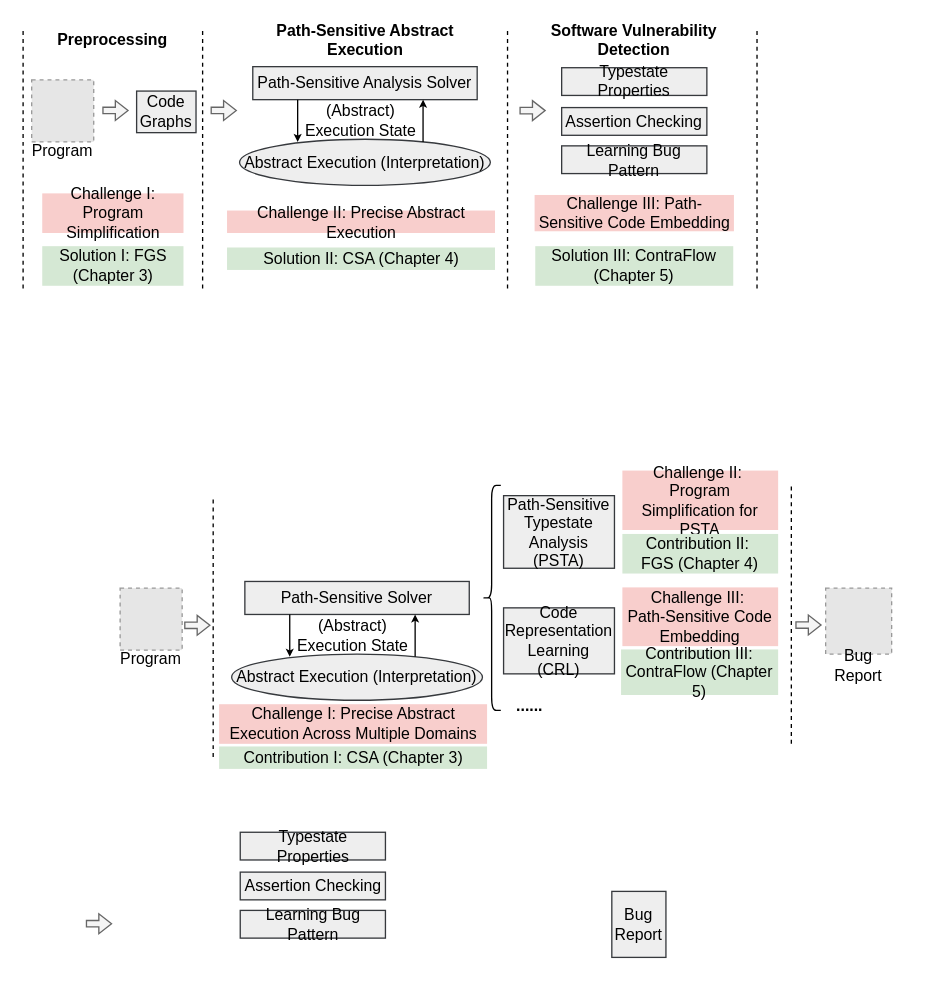
Above: page "Page-3" (3 of 3) of thesis.drawio in jumormt/test (draw.io), before the change. Source tidied: cells renumbered, new cells numbered last; positions are measured from the earlier drawing's top-left corner, leaving out a move shared by most shapes. Both pictures are drawn from the tidied source at 132%, with x=0, y=0 at pixel (22, 26). Pictures stored in the file or linked from it are replaced by grey dashed boxes.
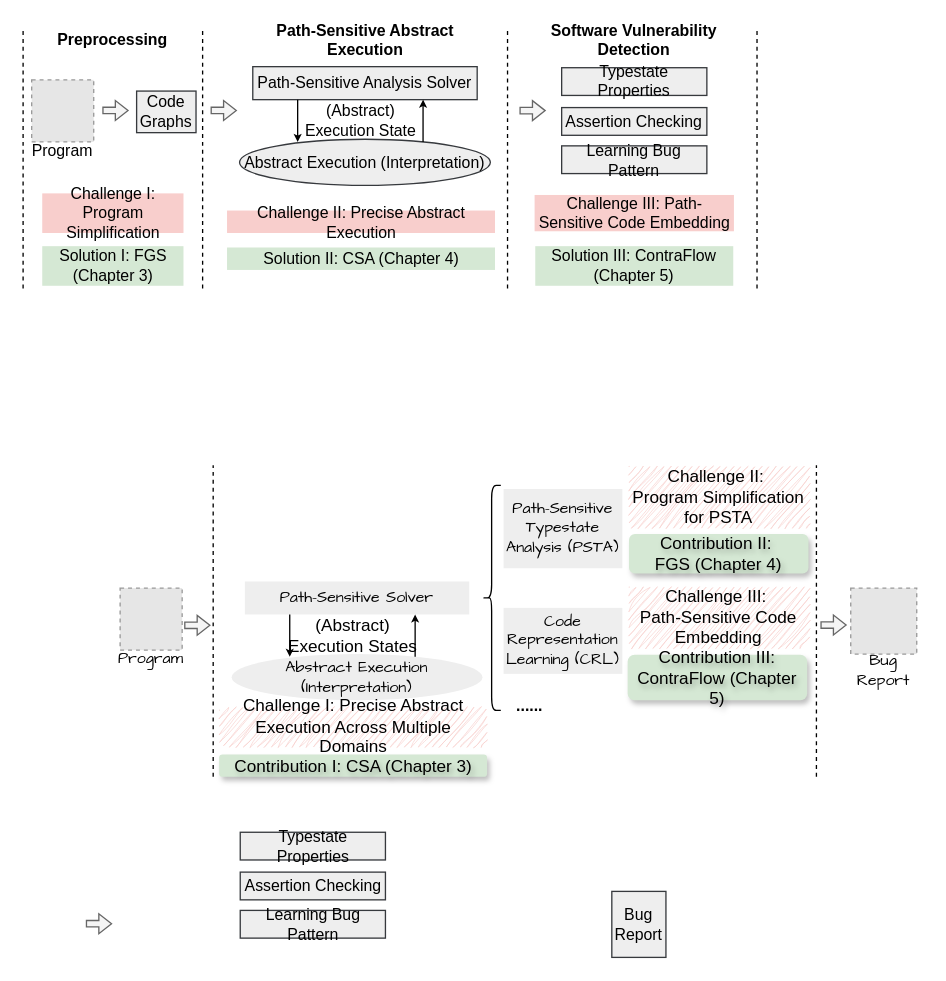
After the change.

Diff of the diagram source:
```diff
@@
-    <mxCell id="31" value="Program" style="text;html=1;align=center;verticalAlign=middle;whiteSpace=wrap;rounded=0;fontFamily=Linux Libertine;fontStyle=0;" parent="1" vertex="1">
+    <mxCell id="31" value="Program" style="text;html=1;align=center;verticalAlign=middle;whiteSpace=wrap;rounded=0;fontFamily=Comic Sans MS;fontStyle=0;" parent="1" vertex="1">
       <mxGeometry x="67" y="472" width="60" height="13" as="geometry" />
     </mxCell>
-    <mxCell id="32" value="&lt;font&gt;Challenge II:&amp;nbsp;&lt;/font&gt;&lt;div&gt;&lt;font&gt;Program Simplification for PSTA&lt;/font&gt;&lt;/div&gt;" style="text;html=1;align=center;verticalAlign=middle;whiteSpace=wrap;rounded=0;fontFamily=Linux Libertine;fillColor=#f8cecc;strokeColor=none;" parent="1" vertex="1">
-      <mxGeometry x="454" y="336" width="118" height="45" as="geometry" />
+    <mxCell id="32" value="&lt;font style=&quot;font-size: 13px;&quot;&gt;Challenge II:&amp;nbsp;&lt;/font&gt;&lt;div style=&quot;font-size: 13px;&quot;&gt;&lt;font style=&quot;font-size: 13px;&quot;&gt;Program Simplification for PSTA&lt;/font&gt;&lt;/div&gt;" style="text;html=1;align=center;verticalAlign=middle;whiteSpace=wrap;rounded=0;fontFamily=Linux Libertine;fillColor=#f8cecc;strokeColor=none;shadow=0;textShadow=0;sketch=1;curveFitting=1;jiggle=2;fontSize=13;" parent="1" vertex="1">
+      <mxGeometry x="459" y="333" width="136" height="45" as="geometry" />
     </mxCell>
-    <mxCell id="33" value="&lt;font&gt;Contribution II:&amp;nbsp;&lt;/font&gt;&lt;div&gt;&lt;font&gt;FGS (Chapter 4)&lt;/font&gt;&lt;/div&gt;" style="text;html=1;align=center;verticalAlign=middle;whiteSpace=wrap;rounded=0;fontFamily=Linux Libertine;fillColor=#d5e8d4;strokeColor=none;" parent="1" vertex="1">
-      <mxGeometry x="454" y="384" width="118" height="30" as="geometry" />
+    <mxCell id="33" value="&lt;font style=&quot;font-size: 13px;&quot;&gt;Contribution II:&amp;nbsp;&lt;/font&gt;&lt;div style=&quot;font-size: 13px;&quot;&gt;&lt;font style=&quot;font-size: 13px;&quot;&gt;FGS (Chapter 4)&lt;/font&gt;&lt;/div&gt;" style="text;html=1;align=center;verticalAlign=middle;whiteSpace=wrap;rounded=1;fontFamily=Linux Libertine;fillColor=#d5e8d4;strokeColor=none;shadow=1;textShadow=1;fontSize=13;" parent="1" vertex="1">
+      <mxGeometry x="459" y="384" width="136" height="30" as="geometry" />
     </mxCell>
-    <mxCell id="34" value="&lt;div&gt;Path-Sensitive Solver&lt;/div&gt;" style="rounded=0;whiteSpace=wrap;html=1;fillColor=#eeeeee;strokeColor=#36393d;fontFamily=Linux Libertine;" parent="1" vertex="1">
+    <mxCell id="34" value="&lt;div&gt;Path-Sensitive Solver&lt;/div&gt;" style="rounded=0;whiteSpace=wrap;html=1;fillColor=#eeeeee;strokeColor=none;fontFamily=Comic Sans MS;" parent="1" vertex="1">
       <mxGeometry x="168" y="420" width="170" height="25" as="geometry" />
     </mxCell>
-    <mxCell id="35" value="&lt;font face=&quot;Linux Libertine&quot;&gt;Abstract Execution (Interpretation)&lt;/font&gt;" style="ellipse;whiteSpace=wrap;html=1;fillColor=#eeeeee;strokeColor=#36393d;" parent="1" vertex="1">
+    <mxCell id="35" value="&lt;font&gt;Abstract Execution (Interpretation)&lt;/font&gt;" style="ellipse;whiteSpace=wrap;html=1;fillColor=#eeeeee;strokeColor=none;fontFamily=Comic Sans MS;" parent="1" vertex="1">
       <mxGeometry x="158" y="475" width="190" height="35" as="geometry" />
     </mxCell>
@@
-    <mxCell id="38" value="(Abstract) Execution State" style="text;html=1;align=center;verticalAlign=middle;whiteSpace=wrap;rounded=0;fontFamily=Linux Libertine;fontStyle=0;" parent="1" vertex="1">
+    <mxCell id="38" value="(Abstract) Execution States" style="text;html=1;align=center;verticalAlign=middle;whiteSpace=wrap;rounded=0;fontFamily=Linux Libertine;fontStyle=0;fontSize=13;" parent="1" vertex="1">
       <mxGeometry x="200" y="446" width="100" height="30" as="geometry" />
     </mxCell>
-    <mxCell id="39" value="&lt;font&gt;Challenge I: Precise Abstract Execution Across Multiple Domains&lt;/font&gt;" style="text;html=1;align=center;verticalAlign=middle;whiteSpace=wrap;rounded=0;fontFamily=Linux Libertine;fillColor=#f8cecc;strokeColor=none;" parent="1" vertex="1">
-      <mxGeometry x="148.5" y="513" width="203" height="30" as="geometry" />
+    <mxCell id="39" value="&lt;font style=&quot;font-size: 13px;&quot;&gt;Challenge I: Precise Abstract Execution Across Multiple Domains&lt;/font&gt;" style="text;html=1;align=center;verticalAlign=middle;whiteSpace=wrap;rounded=1;fontFamily=Linux Libertine;fillColor=#f8cecc;strokeColor=none;shadow=0;textShadow=0;sketch=1;curveFitting=1;jiggle=2;fontSize=13;" parent="1" vertex="1">
+      <mxGeometry x="148.5" y="515" width="203" height="30" as="geometry" />
     </mxCell>
-    <mxCell id="40" value="&lt;font&gt;Contribution I: CSA (Chapter 3)&lt;/font&gt;" style="text;html=1;align=center;verticalAlign=middle;whiteSpace=wrap;rounded=0;fontFamily=Linux Libertine;fillColor=#d5e8d4;strokeColor=none;" parent="1" vertex="1">
-      <mxGeometry x="148.5" y="545" width="203" height="17" as="geometry" />
+    <mxCell id="40" value="&lt;font style=&quot;font-size: 13px;&quot;&gt;Contribution I: CSA (Chapter 3)&lt;/font&gt;" style="text;html=1;align=center;verticalAlign=middle;whiteSpace=wrap;rounded=1;fontFamily=Linux Libertine;fillColor=#d5e8d4;strokeColor=none;shadow=1;textShadow=1;fontSize=13;" parent="1" vertex="1">
+      <mxGeometry x="148.5" y="551" width="203" height="17" as="geometry" />
     </mxCell>
@@
-    <mxCell id="45" value="&lt;font&gt;Challenge III:&amp;nbsp;&lt;/font&gt;&lt;div&gt;&lt;font&gt;Path-Sensitive Code Embedding&lt;/font&gt;&lt;/div&gt;" style="text;html=1;align=center;verticalAlign=middle;whiteSpace=wrap;rounded=0;fontFamily=Linux Libertine;fillColor=#f8cecc;strokeColor=none;" parent="1" vertex="1">
-      <mxGeometry x="454" y="424.5" width="118" height="44.5" as="geometry" />
+    <mxCell id="45" value="&lt;font style=&quot;font-size: 13px;&quot;&gt;Challenge III:&amp;nbsp;&lt;/font&gt;&lt;div style=&quot;font-size: 13px;&quot;&gt;&lt;font style=&quot;font-size: 13px;&quot;&gt;Path-Sensitive Code Embedding&lt;/font&gt;&lt;/div&gt;" style="text;html=1;align=center;verticalAlign=middle;whiteSpace=wrap;rounded=0;fontFamily=Linux Libertine;fillColor=#f8cecc;strokeColor=none;shadow=0;textShadow=0;sketch=1;curveFitting=1;jiggle=2;fontSize=13;" parent="1" vertex="1">
+      <mxGeometry x="459" y="424.5" width="136" height="44.5" as="geometry" />
     </mxCell>
-    <mxCell id="46" value="&lt;font&gt;Contribution III: ContraFlow&amp;nbsp;&lt;/font&gt;&lt;span style=&quot;background-color: initial;&quot;&gt;(Chapter 5)&lt;/span&gt;" style="text;html=1;align=center;verticalAlign=middle;whiteSpace=wrap;rounded=0;fontFamily=Linux Libertine;fillColor=#d5e8d4;strokeColor=none;" parent="1" vertex="1">
-      <mxGeometry x="453" y="471.5" width="119" height="34.5" as="geometry" />
+    <mxCell id="46" value="&lt;font style=&quot;font-size: 13px;&quot;&gt;Contribution III: ContraFlow&amp;nbsp;&lt;/font&gt;&lt;span style=&quot;background-color: initial; font-size: 13px;&quot;&gt;(Chapter 5)&lt;/span&gt;" style="text;html=1;align=center;verticalAlign=middle;whiteSpace=wrap;rounded=1;fontFamily=Linux Libertine;fillColor=#d5e8d4;strokeColor=none;shadow=1;textShadow=1;fontSize=13;" parent="1" vertex="1">
+      <mxGeometry x="458" y="475.5" width="136" height="34.5" as="geometry" />
     </mxCell>
@@
-    <mxCell id="48" value="&lt;div&gt;Path-Sensitive Typestate Analysis (PSTA)&lt;/div&gt;" style="rounded=0;whiteSpace=wrap;html=1;fillColor=#eeeeee;strokeColor=#36393d;fontFamily=Linux Libertine;" parent="1" vertex="1">
-      <mxGeometry x="364" y="355" width="84" height="55" as="geometry" />
+    <mxCell id="48" value="&lt;div&gt;Path-Sensitive Typestate Analysis (PSTA)&lt;/div&gt;" style="rounded=0;whiteSpace=wrap;html=1;fillColor=#eeeeee;strokeColor=none;fontFamily=Comic Sans MS;" parent="1" vertex="1">
+      <mxGeometry x="364" y="350" width="90" height="60" as="geometry" />
     </mxCell>
-    <mxCell id="49" value="Code Representation Learning (CRL)" style="rounded=0;whiteSpace=wrap;html=1;fillColor=#eeeeee;strokeColor=#36393d;fontFamily=Linux Libertine;" parent="1" vertex="1">
-      <mxGeometry x="364" y="440" width="84" height="50" as="geometry" />
+    <mxCell id="49" value="Code Representation Learning (CRL)" style="rounded=0;whiteSpace=wrap;html=1;fillColor=#eeeeee;strokeColor=none;fontFamily=Comic Sans MS;" parent="1" vertex="1">
+      <mxGeometry x="364" y="440" width="90" height="50" as="geometry" />
     </mxCell>
     <mxCell id="50" style="shape=flexArrow;endArrow=classic;html=1;rounded=0;width=4.857142857142857;endSize=2.8742857142857146;endWidth=9.183673469387756;fillColor=#f5f5f5;strokeColor=#666666;" parent="1" edge="1">
       <mxGeometry relative="1" as="geometry">
-        <mxPoint x="585" y="453" as="sourcePoint" />
-        <mxPoint x="605" y="453" as="targetPoint" />
+        <mxPoint x="604" y="453" as="sourcePoint" />
+        <mxPoint x="624" y="453" as="targetPoint" />
       </mxGeometry>
     </mxCell>
@@
     <mxCell id="52" style="fillColor=#E6E6E6;strokeColor=#999999;dashed=1;verticalLabelPosition=bottom;labelBackgroundColor=default;verticalAlign=top;" parent="1" vertex="1">
-      <mxGeometry x="608" y="425" width="50" height="50" as="geometry" />
+      <mxGeometry x="627" y="425" width="50" height="50" as="geometry" />
     </mxCell>
-    <mxCell id="53" value="Bug Report" style="text;html=1;align=center;verticalAlign=middle;whiteSpace=wrap;rounded=0;fontFamily=Linux Libertine;fontStyle=0;" parent="1" vertex="1">
-      <mxGeometry x="603" y="477" width="60" height="13" as="geometry" />
+    <mxCell id="53" value="Bug Report" style="text;html=1;align=center;verticalAlign=middle;whiteSpace=wrap;rounded=0;fontFamily=Comic Sans MS;fontStyle=0;" parent="1" vertex="1">
+      <mxGeometry x="622" y="481" width="60" height="13" as="geometry" />
     </mxCell>
     <mxCell id="54" style="endArrow=none;dashed=1;html=1;strokeWidth=1;rounded=0;" parent="1" edge="1">
       <mxGeometry relative="1" as="geometry">
-        <mxPoint x="144" y="553" as="sourcePoint" />
-        <mxPoint x="144" y="355" as="targetPoint" />
+        <mxPoint x="144" y="568" as="sourcePoint" />
+        <mxPoint x="144" y="332" as="targetPoint" />
       </mxGeometry>
     </mxCell>
     <mxCell id="55" style="endArrow=none;dashed=1;html=1;strokeWidth=1;rounded=0;" parent="1" edge="1">
       <mxGeometry relative="1" as="geometry">
-        <mxPoint x="582" y="543" as="sourcePoint" />
-        <mxPoint x="582" y="345" as="targetPoint" />
+        <mxPoint x="601" y="568" as="sourcePoint" />
+        <mxPoint x="601" y="332" as="targetPoint" />
       </mxGeometry>
     </mxCell>
```
